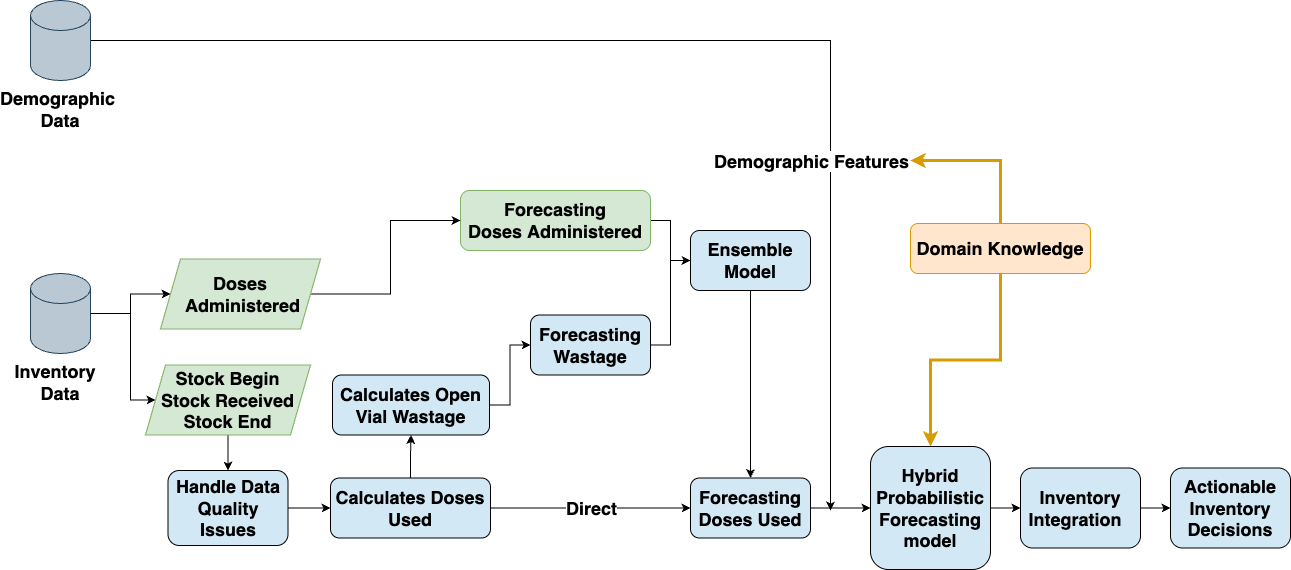
Earlier version of the draw.io export slides/euro_presentation/images/nextsteps.png (udeshisalgado/udeshisalgado.github.io). Source tidied: cells renumbered, new cells last; positions are measured from the earlier drawing's top-left corner, leaving out a move shared by most shapes. Source of this version:
```xml
<mxGraphModel>
  <root>
    <mxCell id="0" />
    <mxCell id="1" parent="0" />
    <mxCell id="2" style="group;" parent="1" vertex="1">
      <mxGeometry width="60" height="114" as="geometry" />
    </mxCell>
    <mxCell id="3" style="edgeStyle=orthogonalEdgeStyle;rounded=0;jettySize=auto;html=1;" parent="2" edge="1" source="5">
      <mxGeometry relative="1" as="geometry">
        <mxPoint x="800" y="510" as="targetPoint" />
        <Array as="points">
          <mxPoint x="800" y="40" />
          <mxPoint x="800" y="480" />
        </Array>
      </mxGeometry>
    </mxCell>
    <mxCell id="4" value="&lt;b&gt;&lt;font style=&quot;font-size: 18px;&quot;&gt;Demographic Features&lt;/font&gt;&lt;/b&gt;" style="edgeLabel;html=1;align=center;verticalAlign=middle;" parent="3" vertex="1">
      <mxGeometry x="0.6" relative="1" as="geometry">
        <mxPoint x="-20" y="-106" as="offset" />
      </mxGeometry>
    </mxCell>
    <mxCell id="5" style="shape=cylinder3;whiteSpace=wrap;html=1;boundedLbl=1;backgroundOutline=1;size=15;fillColor=#bac8d3;strokeColor=#23445d;" parent="2" vertex="1">
      <mxGeometry width="60" height="80" as="geometry" />
    </mxCell>
    <mxCell id="6" value="&lt;b&gt;&lt;font style=&quot;font-size: 18px;&quot;&gt;Demographic&amp;nbsp;&lt;/font&gt;&lt;/b&gt;&lt;div&gt;&lt;b&gt;&lt;font style=&quot;font-size: 18px;&quot;&gt;Data&lt;/font&gt;&lt;/b&gt;&lt;/div&gt;" style="text;strokeColor=none;align=center;fillColor=none;html=1;verticalAlign=middle;whiteSpace=wrap;rounded=0;" parent="2" vertex="1">
      <mxGeometry y="104" width="60" height="10" as="geometry" />
    </mxCell>
    <mxCell id="7" style="group;" parent="1" vertex="1">
      <mxGeometry y="273" width="60" height="114" as="geometry" />
    </mxCell>
    <mxCell id="8" style="shape=cylinder3;whiteSpace=wrap;html=1;boundedLbl=1;backgroundOutline=1;size=15;fillColor=#bac8d3;strokeColor=#23445d;" parent="7" vertex="1">
      <mxGeometry width="60" height="80" as="geometry" />
    </mxCell>
    <mxCell id="9" value="&lt;b&gt;&lt;font style=&quot;font-size: 18px;&quot;&gt;Inventory&amp;nbsp;&lt;/font&gt;&lt;/b&gt;&lt;b&gt;&lt;font style=&quot;font-size: 18px;&quot;&gt;&amp;nbsp;&lt;/font&gt;&lt;/b&gt;&lt;div&gt;&lt;b&gt;&lt;font style=&quot;font-size: 18px;&quot;&gt;Data&lt;/font&gt;&lt;/b&gt;&lt;/div&gt;" style="text;strokeColor=none;align=center;fillColor=none;html=1;verticalAlign=middle;whiteSpace=wrap;rounded=0;" parent="7" vertex="1">
      <mxGeometry y="104" width="60" height="10" as="geometry" />
    </mxCell>
    <mxCell id="10" style="edgeStyle=orthogonalEdgeStyle;rounded=0;jettySize=auto;html=1;entryX=0.5;entryY=0;entryDx=0;entryDy=0;fillColor=#ffe6cc;strokeColor=#d79b00;strokeWidth=3;" parent="1" edge="1" source="12" target="33">
      <mxGeometry relative="1" as="geometry" />
    </mxCell>
    <mxCell id="11" style="edgeStyle=orthogonalEdgeStyle;rounded=0;jettySize=auto;html=1;fillColor=#ffe6cc;strokeColor=#d79b00;strokeWidth=3;exitX=0.5;exitY=0;exitDx=0;exitDy=0;" parent="1" edge="1" source="12">
      <mxGeometry relative="1" as="geometry">
        <mxPoint x="880" y="160" as="targetPoint" />
        <Array as="points">
          <mxPoint x="970" y="160" />
        </Array>
      </mxGeometry>
    </mxCell>
    <mxCell id="12" value="&lt;span style=&quot;font-size: 18px;&quot;&gt;&lt;b&gt;Domain Knowledge&lt;/b&gt;&lt;/span&gt;" style="rounded=1;whiteSpace=wrap;html=1;fillColor=#ffe6cc;strokeColor=#d79b00;" parent="1" vertex="1">
      <mxGeometry x="880" y="223" width="180" height="50" as="geometry" />
    </mxCell>
    <mxCell id="13" style="edgeStyle=orthogonalEdgeStyle;rounded=0;jettySize=auto;html=1;exitX=1;exitY=0.5;exitDx=0;exitDy=0;exitPerimeter=0;entryX=0;entryY=0.5;entryDx=0;entryDy=0;" parent="1" edge="1" source="8" target="38">
      <mxGeometry relative="1" as="geometry">
        <Array as="points">
          <mxPoint x="100" y="313" />
          <mxPoint x="100" y="294" />
        </Array>
      </mxGeometry>
    </mxCell>
    <mxCell id="14" style="edgeStyle=orthogonalEdgeStyle;rounded=0;jettySize=auto;html=1;" parent="1" edge="1" source="17" target="21">
      <mxGeometry relative="1" as="geometry" />
    </mxCell>
    <mxCell id="15" style="edgeStyle=orthogonalEdgeStyle;rounded=0;jettySize=auto;html=1;exitX=0.5;exitY=1;exitDx=0;exitDy=0;entryX=0.5;entryY=0;entryDx=0;entryDy=0;strokeColor=light-dark(#000000, #6a7a8f);fontColor=#46495D;fillColor=#B2C9AB;" parent="1" edge="1" source="16" target="17">
      <mxGeometry relative="1" as="geometry" />
    </mxCell>
    <mxCell id="16" value="&lt;b&gt;&lt;font style=&quot;font-size: 18px;&quot;&gt;Stock Begin&lt;/font&gt;&lt;/b&gt;&lt;div&gt;&lt;span style=&quot;font-size: 18px;&quot;&gt;&lt;b&gt;Stock Received&lt;/b&gt;&lt;/span&gt;&lt;/div&gt;&lt;div&gt;&lt;span style=&quot;font-size: 18px;&quot;&gt;&lt;b&gt;Stock End&lt;/b&gt;&lt;/span&gt;&lt;/div&gt;" style="shape=parallelogram;perimeter=parallelogramPerimeter;whiteSpace=wrap;html=1;fixedSize=1;strokeColor=#82b366;fillColor=#d5e8d4;" parent="1" vertex="1">
      <mxGeometry x="115" y="364.5" width="165" height="70" as="geometry" />
    </mxCell>
    <mxCell id="17" value="&lt;span style=&quot;font-size: 18px;&quot;&gt;&lt;b&gt;Handle Data Quality Issues&lt;/b&gt;&lt;/span&gt;" style="whiteSpace=wrap;html=1;fillColor=#D3E8F5;rounded=1;" parent="1" vertex="1">
      <mxGeometry x="137.5" y="470" width="120" height="75" as="geometry" />
    </mxCell>
    <mxCell id="18" style="rounded=0;jettySize=auto;html=1;exitX=1;exitY=0.5;exitDx=0;exitDy=0;entryX=0;entryY=0.5;entryDx=0;entryDy=0;" parent="1" edge="1" target="23">
      <mxGeometry relative="1" as="geometry">
        <mxPoint x="390" y="507.5" as="sourcePoint" />
      </mxGeometry>
    </mxCell>
    <mxCell id="19" value="&lt;b style=&quot;color: rgb(0, 0, 0); font-size: 18px;&quot;&gt;Direct&lt;/b&gt;" style="edgeLabel;html=1;align=center;verticalAlign=middle;strokeColor=#788AA3;fontColor=#46495D;fillColor=#B2C9AB;" parent="18" vertex="1">
      <mxGeometry x="-0.1" relative="1" as="geometry">
        <mxPoint x="48" as="offset" />
      </mxGeometry>
    </mxCell>
    <mxCell id="20" style="edgeStyle=orthogonalEdgeStyle;rounded=0;jettySize=auto;html=1;exitX=0.5;exitY=0;exitDx=0;exitDy=0;entryX=0.5;entryY=1;entryDx=0;entryDy=0;strokeColor=#000000;fontColor=#46495D;fillColor=#B2C9AB;" parent="1" edge="1" source="21" target="27">
      <mxGeometry relative="1" as="geometry" />
    </mxCell>
    <mxCell id="21" value="&lt;b style=&quot;font-size: 18px;&quot;&gt;Calculates Doses Used&lt;/b&gt;" style="whiteSpace=wrap;html=1;fillColor=#D3E8F5;rounded=1;" parent="1" vertex="1">
      <mxGeometry x="300" y="477.5" width="160" height="60" as="geometry" />
    </mxCell>
    <mxCell id="22" style="edgeStyle=orthogonalEdgeStyle;rounded=0;jettySize=auto;html=1;exitX=1;exitY=0.5;exitDx=0;exitDy=0;entryX=0;entryY=0.5;entryDx=0;entryDy=0;strokeColor=#000000;fontColor=#46495D;fillColor=#B2C9AB;" parent="1" edge="1" source="23" target="33">
      <mxGeometry relative="1" as="geometry" />
    </mxCell>
    <mxCell id="23" value="&lt;b style=&quot;font-size: 18px;&quot;&gt;Forecasting Doses Used&lt;/b&gt;" style="whiteSpace=wrap;html=1;fillColor=#D3E8F5;rounded=1;" parent="1" vertex="1">
      <mxGeometry x="660" y="477.5" width="120" height="60" as="geometry" />
    </mxCell>
    <mxCell id="24" style="edgeStyle=orthogonalEdgeStyle;rounded=0;jettySize=auto;html=1;entryX=0;entryY=0.5;entryDx=0;entryDy=0;strokeColor=#000000;fontColor=#46495D;fillColor=#B2C9AB;" parent="1" edge="1" source="25" target="31">
      <mxGeometry relative="1" as="geometry">
        <Array as="points">
          <mxPoint x="640" y="220" />
          <mxPoint x="640" y="260" />
        </Array>
      </mxGeometry>
    </mxCell>
    <mxCell id="25" value="&lt;b style=&quot;font-size: 18px;&quot;&gt;Forecasting Doses&amp;nbsp;&lt;/b&gt;&lt;b&gt;&lt;font style=&quot;font-size: 18px;&quot;&gt;Administered&lt;/font&gt;&lt;/b&gt;" style="whiteSpace=wrap;html=1;fillColor=#d5e8d4;rounded=1;strokeColor=#82b366;" parent="1" vertex="1">
      <mxGeometry x="430" y="190" width="190" height="60" as="geometry" />
    </mxCell>
    <mxCell id="26" style="edgeStyle=orthogonalEdgeStyle;rounded=0;jettySize=auto;html=1;entryX=0;entryY=0.5;entryDx=0;entryDy=0;" parent="1" edge="1" source="27" target="29">
      <mxGeometry relative="1" as="geometry" />
    </mxCell>
    <mxCell id="27" value="&lt;b style=&quot;font-size: 18px;&quot;&gt;Calculates Open Vial Wastage&lt;/b&gt;" style="whiteSpace=wrap;html=1;fillColor=#D3E8F5;rounded=1;" parent="1" vertex="1">
      <mxGeometry x="302" y="374.5" width="157" height="60" as="geometry" />
    </mxCell>
    <mxCell id="28" style="edgeStyle=orthogonalEdgeStyle;rounded=0;jettySize=auto;html=1;entryX=0;entryY=0.5;entryDx=0;entryDy=0;strokeColor=#000000;fontColor=#46495D;fillColor=#B2C9AB;" parent="1" edge="1" source="29" target="31">
      <mxGeometry relative="1" as="geometry">
        <Array as="points">
          <mxPoint x="640" y="344" />
          <mxPoint x="640" y="260" />
        </Array>
      </mxGeometry>
    </mxCell>
    <mxCell id="29" value="&lt;b style=&quot;font-size: 18px;&quot;&gt;Forecasting Wastage&lt;/b&gt;" style="whiteSpace=wrap;html=1;fillColor=#D3E8F5;rounded=1;" parent="1" vertex="1">
      <mxGeometry x="500" y="314.5" width="120" height="60" as="geometry" />
    </mxCell>
    <mxCell id="30" style="edgeStyle=orthogonalEdgeStyle;rounded=0;jettySize=auto;html=1;" parent="1" edge="1" source="31" target="23">
      <mxGeometry relative="1" as="geometry" />
    </mxCell>
    <mxCell id="31" value="&lt;span style=&quot;font-size: 18px;&quot;&gt;&lt;b&gt;Ensemble Model&lt;/b&gt;&lt;/span&gt;" style="whiteSpace=wrap;html=1;fillColor=#D3E8F5;rounded=1;" parent="1" vertex="1">
      <mxGeometry x="660" y="230" width="120" height="60" as="geometry" />
    </mxCell>
    <mxCell id="32" style="edgeStyle=orthogonalEdgeStyle;rounded=0;jettySize=auto;html=1;" parent="1" edge="1" source="33" target="35">
      <mxGeometry relative="1" as="geometry" />
    </mxCell>
    <mxCell id="33" value="&lt;b style=&quot;font-size: 18px;&quot;&gt;Hybrid Probabilistic Forecasting model&lt;/b&gt;" style="whiteSpace=wrap;html=1;fillColor=#D3E8F5;rounded=1;" parent="1" vertex="1">
      <mxGeometry x="840" y="446" width="120" height="123" as="geometry" />
    </mxCell>
    <mxCell id="34" style="edgeStyle=orthogonalEdgeStyle;rounded=0;jettySize=auto;html=1;" parent="1" edge="1" source="35" target="36">
      <mxGeometry relative="1" as="geometry" />
    </mxCell>
    <mxCell id="35" value="&lt;b style=&quot;font-size: 18px;&quot;&gt;Inventory Integration&amp;nbsp;&amp;nbsp;&lt;/b&gt;" style="whiteSpace=wrap;html=1;fillColor=#D3E8F5;rounded=1;" parent="1" vertex="1">
      <mxGeometry x="990" y="467.5" width="120" height="80" as="geometry" />
    </mxCell>
    <mxCell id="36" value="&lt;b style=&quot;font-size: 18px;&quot;&gt;Actionable Inventory Decisions&lt;/b&gt;" style="whiteSpace=wrap;html=1;fillColor=#D3E8F5;rounded=1;" parent="1" vertex="1">
      <mxGeometry x="1140" y="467.5" width="120" height="80" as="geometry" />
    </mxCell>
    <mxCell id="37" style="edgeStyle=orthogonalEdgeStyle;rounded=0;jettySize=auto;html=1;exitX=1;exitY=0.5;exitDx=0;exitDy=0;entryX=0;entryY=0.5;entryDx=0;entryDy=0;strokeColor=#000000;fontColor=#46495D;fillColor=#B2C9AB;" parent="1" edge="1" source="38" target="25">
      <mxGeometry relative="1" as="geometry" />
    </mxCell>
    <mxCell id="38" value="&lt;span style=&quot;font-size: 18px;&quot;&gt;&lt;b&gt;Doses&lt;/b&gt;&lt;/span&gt;&lt;div&gt;&lt;span style=&quot;font-size: 18px;&quot;&gt;&lt;b&gt;&amp;nbsp;&lt;/b&gt;&lt;/span&gt;&lt;b&gt;&lt;font style=&quot;font-size: 18px;&quot;&gt;Administered&lt;/font&gt;&lt;/b&gt;&lt;/div&gt;" style="shape=parallelogram;perimeter=parallelogramPerimeter;whiteSpace=wrap;html=1;fixedSize=1;strokeColor=#82b366;fillColor=#d5e8d4;" parent="1" vertex="1">
      <mxGeometry x="130" y="258.5" width="160" height="70" as="geometry" />
    </mxCell>
    <mxCell id="39" style="edgeStyle=orthogonalEdgeStyle;rounded=0;jettySize=auto;html=1;exitX=1;exitY=0.5;exitDx=0;exitDy=0;exitPerimeter=0;entryX=0;entryY=0.5;entryDx=0;entryDy=0;strokeColor=#000000;fontColor=#46495D;fillColor=#B2C9AB;" parent="1" edge="1" source="8" target="16">
      <mxGeometry relative="1" as="geometry">
        <Array as="points">
          <mxPoint x="100" y="313" />
          <mxPoint x="100" y="400" />
        </Array>
      </mxGeometry>
    </mxCell>
  </root>
</mxGraphModel>
```
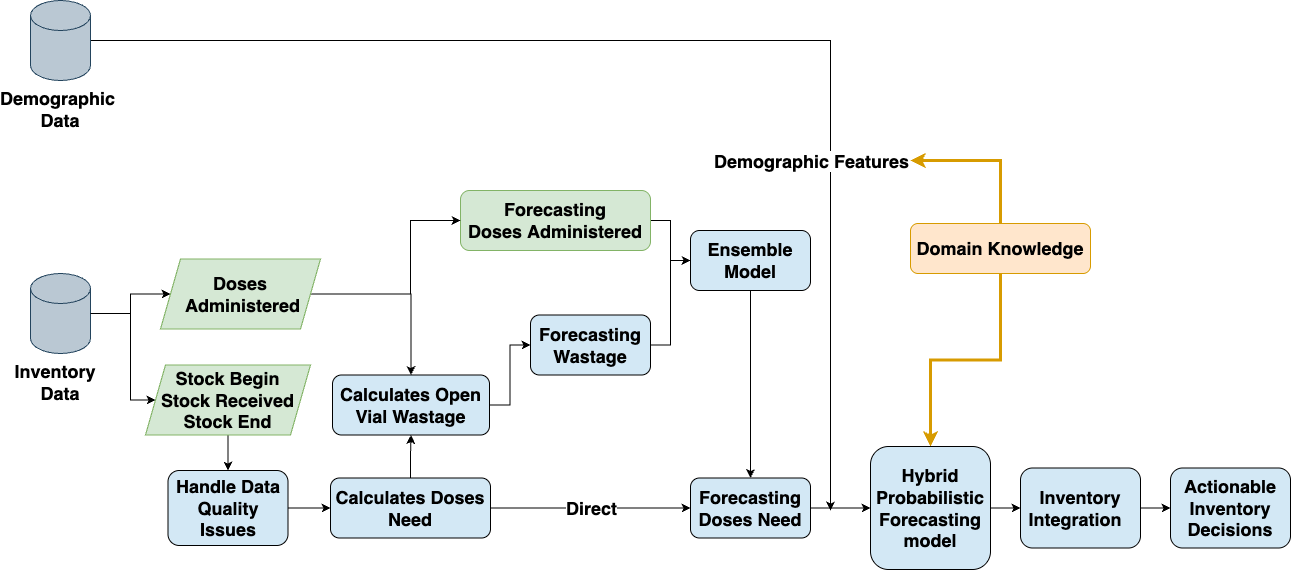
After the commit.

What changed in the source:
```diff
@@ -81,13 +81,13 @@
     <mxCell id="20" style="edgeStyle=orthogonalEdgeStyle;rounded=0;jettySize=auto;html=1;exitX=0.5;exitY=0;exitDx=0;exitDy=0;entryX=0.5;entryY=1;entryDx=0;entryDy=0;strokeColor=#000000;fontColor=#46495D;fillColor=#B2C9AB;" parent="1" edge="1" source="21" target="27">
       <mxGeometry relative="1" as="geometry" />
     </mxCell>
-    <mxCell id="21" value="&lt;b style=&quot;font-size: 18px;&quot;&gt;Calculates Doses Used&lt;/b&gt;" style="whiteSpace=wrap;html=1;fillColor=#D3E8F5;rounded=1;" parent="1" vertex="1">
+    <mxCell id="21" value="&lt;b style=&quot;font-size: 18px;&quot;&gt;Calculates Doses Need&lt;/b&gt;" style="whiteSpace=wrap;html=1;fillColor=#D3E8F5;rounded=1;" parent="1" vertex="1">
       <mxGeometry x="300" y="477.5" width="160" height="60" as="geometry" />
     </mxCell>
     <mxCell id="22" style="edgeStyle=orthogonalEdgeStyle;rounded=0;jettySize=auto;html=1;exitX=1;exitY=0.5;exitDx=0;exitDy=0;entryX=0;entryY=0.5;entryDx=0;entryDy=0;strokeColor=#000000;fontColor=#46495D;fillColor=#B2C9AB;" parent="1" edge="1" source="23" target="33">
       <mxGeometry relative="1" as="geometry" />
     </mxCell>
-    <mxCell id="23" value="&lt;b style=&quot;font-size: 18px;&quot;&gt;Forecasting Doses Used&lt;/b&gt;" style="whiteSpace=wrap;html=1;fillColor=#D3E8F5;rounded=1;" parent="1" vertex="1">
+    <mxCell id="23" value="&lt;b style=&quot;font-size: 18px;&quot;&gt;Forecasting Doses Need&lt;/b&gt;" style="whiteSpace=wrap;html=1;fillColor=#D3E8F5;rounded=1;" parent="1" vertex="1">
       <mxGeometry x="660" y="477.5" width="120" height="60" as="geometry" />
     </mxCell>
     <mxCell id="24" style="edgeStyle=orthogonalEdgeStyle;rounded=0;jettySize=auto;html=1;entryX=0;entryY=0.5;entryDx=0;entryDy=0;strokeColor=#000000;fontColor=#46495D;fillColor=#B2C9AB;" parent="1" edge="1" source="25" target="31">
@@ -140,8 +140,16 @@
       <mxGeometry x="1140" y="467.5" width="120" height="80" as="geometry" />
     </mxCell>
     <mxCell id="37" style="edgeStyle=orthogonalEdgeStyle;rounded=0;jettySize=auto;html=1;exitX=1;exitY=0.5;exitDx=0;exitDy=0;entryX=0;entryY=0.5;entryDx=0;entryDy=0;strokeColor=#000000;fontColor=#46495D;fillColor=#B2C9AB;" parent="1" edge="1" source="38" target="25">
-      <mxGeometry relative="1" as="geometry" />
+      <mxGeometry relative="1" as="geometry">
+        <Array as="points">
+          <mxPoint x="380" y="294" />
+          <mxPoint x="380" y="220" />
+        </Array>
+      </mxGeometry>
     </mxCell>
+    <mxCell id="40" style="edgeStyle=orthogonalEdgeStyle;rounded=0;jettySize=auto;html=1;exitX=1;exitY=0.5;exitDx=0;exitDy=0;entryX=0.5;entryY=0;entryDx=0;entryDy=0;" parent="1" edge="1" source="38" target="27">
+      <mxGeometry relative="1" as="geometry" />
+    </mxCell>
     <mxCell id="38" value="&lt;span style=&quot;font-size: 18px;&quot;&gt;&lt;b&gt;Doses&lt;/b&gt;&lt;/span&gt;&lt;div&gt;&lt;span style=&quot;font-size: 18px;&quot;&gt;&lt;b&gt;&amp;nbsp;&lt;/b&gt;&lt;/span&gt;&lt;b&gt;&lt;font style=&quot;font-size: 18px;&quot;&gt;Administered&lt;/font&gt;&lt;/b&gt;&lt;/div&gt;" style="shape=parallelogram;perimeter=parallelogramPerimeter;whiteSpace=wrap;html=1;fixedSize=1;strokeColor=#82b366;fillColor=#d5e8d4;" parent="1" vertex="1">
       <mxGeometry x="130" y="258.5" width="160" height="70" as="geometry" />
     </mxCell>
```
